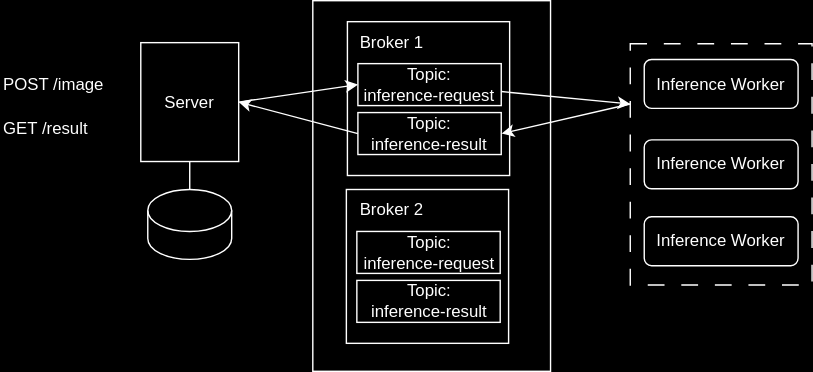
AlvinHon/distributed-model-inference keeps this draw.io diagram as architecture.drawio.svg. Above is the earlier version. Source tidied: cells renumbered, new cells last; positions are measured from the earlier drawing's top-left corner, leaving out a move shared by most shapes.
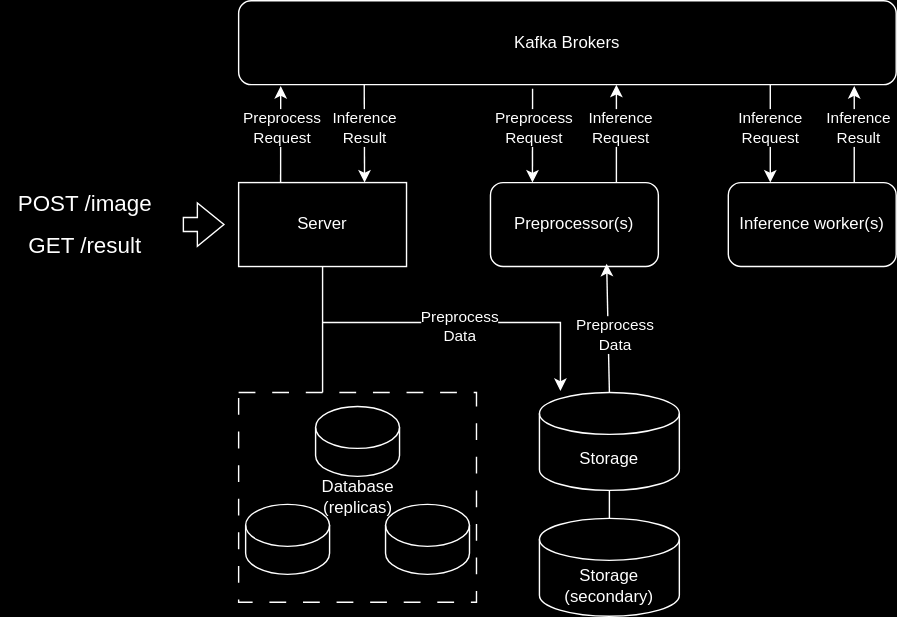
Above is the later version.

What changed in the source:
```diff
@@ -2,73 +2,132 @@
   <root>
     <mxCell id="0" />
     <mxCell id="1" parent="0" />
-    <mxCell id="2" value="1" style="rounded=0;whiteSpace=wrap;html=1;strokeColor=default;dashed=1;dashPattern=12 12;" parent="1" vertex="1">
-      <mxGeometry x="450" y="30.8" width="130" height="172.5" as="geometry" />
-    </mxCell>
-    <mxCell id="3" style="rounded=0;whiteSpace=wrap;html=1;" parent="1" vertex="1">
-      <mxGeometry x="223" width="170" height="265" as="geometry" />
-    </mxCell>
-    <mxCell id="4" style="rounded=0;whiteSpace=wrap;html=1;align=left;" parent="1" vertex="1">
-      <mxGeometry x="247" y="135" width="116" height="110" as="geometry" />
-    </mxCell>
-    <mxCell id="5" value="Broker 2" style="text;html=1;align=left;verticalAlign=middle;strokeColor=none;fillColor=none;" parent="1" vertex="1">
-      <mxGeometry x="254.5" y="135" width="70" height="30" as="geometry" />
-    </mxCell>
-    <mxCell id="6" value="Topic:&lt;div&gt;inference-request&lt;/div&gt;" style="rounded=0;whiteSpace=wrap;html=1;" parent="1" vertex="1">
-      <mxGeometry x="254.5" y="165" width="102.5" height="30" as="geometry" />
-    </mxCell>
-    <mxCell id="7" value="Topic:&lt;div&gt;inference-result&lt;/div&gt;" style="rounded=0;whiteSpace=wrap;html=1;" parent="1" vertex="1">
-      <mxGeometry x="254.5" y="200" width="102.5" height="30" as="geometry" />
-    </mxCell>
-    <mxCell id="8" value="Inference Worker" style="rounded=1;whiteSpace=wrap;html=1;" parent="1" vertex="1">
-      <mxGeometry x="460" y="42" width="110" height="35" as="geometry" />
-    </mxCell>
-    <mxCell id="9" style="rounded=0;whiteSpace=wrap;html=1;align=left;" parent="1" vertex="1">
-      <mxGeometry x="247.8" y="15" width="116" height="110" as="geometry" />
-    </mxCell>
-    <mxCell id="10" value="Broker 1" style="text;html=1;align=left;verticalAlign=middle;strokeColor=none;fillColor=none;" parent="1" vertex="1">
-      <mxGeometry x="255.2" y="15" width="70" height="30" as="geometry" />
-    </mxCell>
-    <mxCell id="11" value="Topic:&lt;div&gt;inference-request&lt;/div&gt;" style="rounded=0;whiteSpace=wrap;html=1;" parent="1" vertex="1">
-      <mxGeometry x="255.2" y="45" width="102.5" height="30" as="geometry" />
-    </mxCell>
-    <mxCell id="12" value="Topic:&lt;div&gt;inference-result&lt;/div&gt;" style="rounded=0;whiteSpace=wrap;html=1;" parent="1" vertex="1">
-      <mxGeometry x="255.2" y="80" width="102.5" height="30" as="geometry" />
-    </mxCell>
-    <mxCell id="13" style="endArrow=classic;html=1;rounded=0;entryX=0;entryY=0.25;entryDx=0;entryDy=0;" parent="1" edge="1" source="11" target="2">
-      <mxGeometry relative="1" as="geometry" />
-    </mxCell>
-    <mxCell id="14" style="endArrow=classic;html=1;rounded=0;exitX=0;exitY=0.25;exitDx=0;exitDy=0;" parent="1" edge="1" source="2">
-      <mxGeometry relative="1" as="geometry">
-        <mxPoint x="358" y="95" as="targetPoint" />
-      </mxGeometry>
-    </mxCell>
-    <mxCell id="15" value="Inference Worker" style="rounded=1;whiteSpace=wrap;html=1;" parent="1" vertex="1">
-      <mxGeometry x="460" y="99.5" width="110" height="35" as="geometry" />
-    </mxCell>
-    <mxCell id="16" value="Inference Worker" style="rounded=1;whiteSpace=wrap;html=1;" parent="1" vertex="1">
-      <mxGeometry x="460" y="154.5" width="110" height="35" as="geometry" />
-    </mxCell>
+    <mxCell id="24" style="rounded=0;whiteSpace=wrap;html=1;dashed=1;dashPattern=12 12;" parent="1" vertex="1">
+      <mxGeometry x="63" y="25" width="170" height="150" as="geometry" />
+    </mxCell>
-    <mxCell id="17" value="Server" style="rounded=0;whiteSpace=wrap;html=1;align=center;" parent="1" vertex="1">
-      <mxGeometry x="100" y="30" width="70" height="85" as="geometry" />
+    <mxCell id="17" value="Server" style="rounded=0;whiteSpace=wrap;html=1;" parent="1" vertex="1">
+      <mxGeometry x="63" y="-125" width="120" height="60" as="geometry" />
     </mxCell>
-    <mxCell id="18" style="shape=cylinder3;whiteSpace=wrap;html=1;boundedLbl=1;backgroundOutline=1;size=15;" parent="1" vertex="1">
-      <mxGeometry x="105" y="135" width="60" height="50" as="geometry" />
-    </mxCell>
-    <mxCell id="19" style="endArrow=classic;html=1;rounded=0;entryX=0;entryY=0.5;entryDx=0;entryDy=0;exitX=1;exitY=0.5;exitDx=0;exitDy=0;" parent="1" edge="1" source="17" target="11">
-      <mxGeometry relative="1" as="geometry" />
-    </mxCell>
-    <mxCell id="20" style="endArrow=classic;html=1;rounded=0;entryX=1;entryY=0.5;entryDx=0;entryDy=0;exitX=0;exitY=0.5;exitDx=0;exitDy=0;" parent="1" edge="1" source="12" target="17">
-      <mxGeometry relative="1" as="geometry" />
-    </mxCell>
-    <mxCell id="21" style="endArrow=none;html=1;rounded=0;entryX=0.5;entryY=1;entryDx=0;entryDy=0;" parent="1" edge="1" source="18" target="17">
-      <mxGeometry relative="1" as="geometry" />
-    </mxCell>
+    <mxCell id="25" style="shape=cylinder3;whiteSpace=wrap;html=1;boundedLbl=1;backgroundOutline=1;size=15;" parent="1" vertex="1">
+      <mxGeometry x="118" y="35" width="60" height="50" as="geometry" />
+    </mxCell>
+    <mxCell id="26" style="shape=cylinder3;whiteSpace=wrap;html=1;boundedLbl=1;backgroundOutline=1;size=15;" parent="1" vertex="1">
+      <mxGeometry x="168" y="105" width="60" height="50" as="geometry" />
+    </mxCell>
+    <mxCell id="27" style="shape=cylinder3;whiteSpace=wrap;html=1;boundedLbl=1;backgroundOutline=1;size=15;" parent="1" vertex="1">
+      <mxGeometry x="68" y="105" width="60" height="50" as="geometry" />
+    </mxCell>
+    <mxCell id="28" value="Database&lt;div&gt;(replicas)&lt;/div&gt;" style="text;html=1;align=center;verticalAlign=middle;strokeColor=none;fillColor=none;" parent="1" vertex="1">
+      <mxGeometry x="113" y="80" width="70" height="40" as="geometry" />
+    </mxCell>
+    <mxCell id="29" style="endArrow=none;html=1;rounded=0;entryX=0.5;entryY=1;entryDx=0;entryDy=0;strokeColor=default;" parent="1" edge="1" target="17">
+      <mxGeometry relative="1" as="geometry">
+        <mxPoint x="123" y="25" as="sourcePoint" />
+      </mxGeometry>
+    </mxCell>
+    <mxCell id="23" value="GET /result" style="text;html=1;align=center;verticalAlign=middle;strokeColor=none;fillColor=none;fontSize=16;" parent="1" vertex="1">
+      <mxGeometry x="-97" y="-95" width="100" height="30" as="geometry" />
+    </mxCell>
-    <mxCell id="22" value="POST /image" style="text;html=1;align=left;verticalAlign=middle;strokeColor=none;fillColor=none;" parent="1" vertex="1">
-      <mxGeometry y="45" width="100" height="30" as="geometry" />
+    <mxCell id="22" value="POST /image" style="text;html=1;align=center;verticalAlign=middle;strokeColor=none;fillColor=none;fontSize=16;" parent="1" vertex="1">
+      <mxGeometry x="-107" y="-125" width="120" height="30" as="geometry" />
     </mxCell>
-    <mxCell id="23" value="GET /result" style="text;html=1;align=left;verticalAlign=middle;strokeColor=none;fillColor=none;" parent="1" vertex="1">
-      <mxGeometry y="76.5" width="80" height="30" as="geometry" />
-    </mxCell>
+    <mxCell id="30" value="Storage" style="shape=cylinder3;whiteSpace=wrap;html=1;boundedLbl=1;backgroundOutline=1;size=15;" parent="1" vertex="1">
+      <mxGeometry x="278" y="25" width="100" height="70" as="geometry" />
+    </mxCell>
+    <mxCell id="31" value="Storage&lt;div&gt;(secondary)&lt;/div&gt;" style="shape=cylinder3;whiteSpace=wrap;html=1;boundedLbl=1;backgroundOutline=1;size=15;" parent="1" vertex="1">
+      <mxGeometry x="278" y="115" width="100" height="70" as="geometry" />
+    </mxCell>
+    <mxCell id="32" style="endArrow=none;html=1;rounded=0;entryX=0.5;entryY=1;entryDx=0;entryDy=0;entryPerimeter=0;" parent="1" edge="1" source="31" target="30">
+      <mxGeometry relative="1" as="geometry" />
+    </mxCell>
+    <mxCell id="33" value="Inference worker(s)" style="rounded=1;whiteSpace=wrap;html=1;" parent="1" vertex="1">
+      <mxGeometry x="413" y="-125" width="120" height="60" as="geometry" />
+    </mxCell>
+    <mxCell id="34" value="Kafka Brokers" style="rounded=1;whiteSpace=wrap;html=1;" parent="1" vertex="1">
+      <mxGeometry x="63" y="-255" width="470" height="60" as="geometry" />
+    </mxCell>
+    <mxCell id="35" value="Preprocessor(s)" style="rounded=1;whiteSpace=wrap;html=1;" parent="1" vertex="1">
+      <mxGeometry x="243" y="-125" width="120" height="60" as="geometry" />
+    </mxCell>
+    <mxCell id="36" style="endArrow=classic;html=1;rounded=0;entryX=0.064;entryY=1.017;entryDx=0;entryDy=0;entryPerimeter=0;" parent="1" edge="1" target="34">
+      <mxGeometry relative="1" as="geometry">
+        <mxPoint x="93" y="-125" as="sourcePoint" />
+      </mxGeometry>
+    </mxCell>
+    <mxCell id="37" value="Preprocess&lt;div&gt;Request&lt;/div&gt;" style="edgeLabel;html=1;align=center;verticalAlign=middle;" parent="36" vertex="1">
+      <mxGeometry x="-0.19" y="-1" relative="1" as="geometry">
+        <mxPoint x="-1" y="-12" as="offset" />
+      </mxGeometry>
+    </mxCell>
+    <mxCell id="38" style="endArrow=classic;html=1;rounded=0;exitX=0.191;exitY=1;exitDx=0;exitDy=0;exitPerimeter=0;entryX=0.75;entryY=0;entryDx=0;entryDy=0;" parent="1" edge="1" source="34" target="17">
+      <mxGeometry relative="1" as="geometry" />
+    </mxCell>
+    <mxCell id="39" value="Inference&lt;div&gt;Result&lt;/div&gt;" style="edgeLabel;html=1;align=center;verticalAlign=middle;" parent="38" vertex="1">
+      <mxGeometry x="0.23" y="-2" relative="1" as="geometry">
+        <mxPoint x="2" y="-13" as="offset" />
+      </mxGeometry>
+    </mxCell>
+    <mxCell id="40" style="endArrow=classic;html=1;rounded=0;entryX=0.25;entryY=0;entryDx=0;entryDy=0;exitX=0.447;exitY=1.05;exitDx=0;exitDy=0;exitPerimeter=0;" parent="1" edge="1" source="34" target="35">
+      <mxGeometry relative="1" as="geometry" />
+    </mxCell>
+    <mxCell id="41" value="Preprocess&lt;div&gt;Request&lt;/div&gt;" style="edgeLabel;html=1;align=center;verticalAlign=middle;" parent="40" vertex="1">
+      <mxGeometry x="0.16" y="3" relative="1" as="geometry">
+        <mxPoint x="-3" y="-12" as="offset" />
+      </mxGeometry>
+    </mxCell>
+    <mxCell id="42" style="endArrow=classic;html=1;rounded=0;exitX=0.75;exitY=0;exitDx=0;exitDy=0;" parent="1" edge="1" source="35">
+      <mxGeometry relative="1" as="geometry">
+        <mxPoint x="333" y="-195" as="targetPoint" />
+      </mxGeometry>
+    </mxCell>
+    <mxCell id="43" value="Inference&lt;div&gt;Request&lt;/div&gt;" style="edgeLabel;html=1;align=center;verticalAlign=middle;" parent="42" vertex="1">
+      <mxGeometry x="-0.26" y="-2" relative="1" as="geometry">
+        <mxPoint y="-14" as="offset" />
+      </mxGeometry>
+    </mxCell>
+    <mxCell id="44" style="shape=flexArrow;endArrow=classic;html=1;rounded=0;" parent="1" edge="1">
+      <mxGeometry relative="1" as="geometry">
+        <mxPoint x="23" y="-95" as="sourcePoint" />
+        <mxPoint x="53" y="-95" as="targetPoint" />
+      </mxGeometry>
+    </mxCell>
+    <mxCell id="45" style="endArrow=classic;html=1;rounded=0;entryX=0.25;entryY=0;entryDx=0;entryDy=0;" parent="1" edge="1" target="33">
+      <mxGeometry relative="1" as="geometry">
+        <mxPoint x="443" y="-195" as="sourcePoint" />
+      </mxGeometry>
+    </mxCell>
+    <mxCell id="46" value="Inference&lt;div&gt;Request&lt;/div&gt;" style="edgeLabel;html=1;align=center;verticalAlign=middle;" parent="45" vertex="1">
+      <mxGeometry x="0.09" y="-1" relative="1" as="geometry">
+        <mxPoint y="-8" as="offset" />
+      </mxGeometry>
+    </mxCell>
+    <mxCell id="47" style="endArrow=classic;html=1;rounded=0;exitX=0.75;exitY=0;exitDx=0;exitDy=0;" parent="1" edge="1" source="33">
+      <mxGeometry relative="1" as="geometry">
+        <mxPoint x="503" y="-194" as="targetPoint" />
+      </mxGeometry>
+    </mxCell>
+    <mxCell id="48" value="Inference&lt;div&gt;Result&lt;/div&gt;" style="edgeLabel;html=1;align=center;verticalAlign=middle;" parent="47" vertex="1">
+      <mxGeometry x="-0.16" y="-2" relative="1" as="geometry">
+        <mxPoint y="-11" as="offset" />
+      </mxGeometry>
+    </mxCell>
+    <mxCell id="49" style="endArrow=classic;html=1;rounded=0;" parent="1" edge="1">
+      <mxGeometry relative="1" as="geometry">
+        <mxPoint x="123" y="-25" as="sourcePoint" />
+        <mxPoint x="293" y="24" as="targetPoint" />
+        <Array as="points">
+          <mxPoint x="293" y="-25" />
+        </Array>
+      </mxGeometry>
+    </mxCell>
+    <mxCell id="50" value="Preprocess&lt;div&gt;Data&lt;/div&gt;" style="edgeLabel;html=1;align=center;verticalAlign=middle;" parent="49" vertex="1">
+      <mxGeometry x="-0.11" y="-2" relative="1" as="geometry" />
+    </mxCell>
+    <mxCell id="51" style="endArrow=classic;html=1;rounded=0;entryX=0.692;entryY=0.967;entryDx=0;entryDy=0;entryPerimeter=0;exitX=0.5;exitY=0;exitDx=0;exitDy=0;exitPerimeter=0;" parent="1" edge="1" source="30" target="35">
+      <mxGeometry relative="1" as="geometry" />
+    </mxCell>
+    <mxCell id="52" value="Preprocess&lt;div&gt;Data&lt;/div&gt;" style="edgeLabel;html=1;align=center;verticalAlign=middle;" parent="51" vertex="1">
+      <mxGeometry x="-0.11" y="-4" relative="1" as="geometry" />
+    </mxCell>
   </root>
 </mxGraphModel>
```
